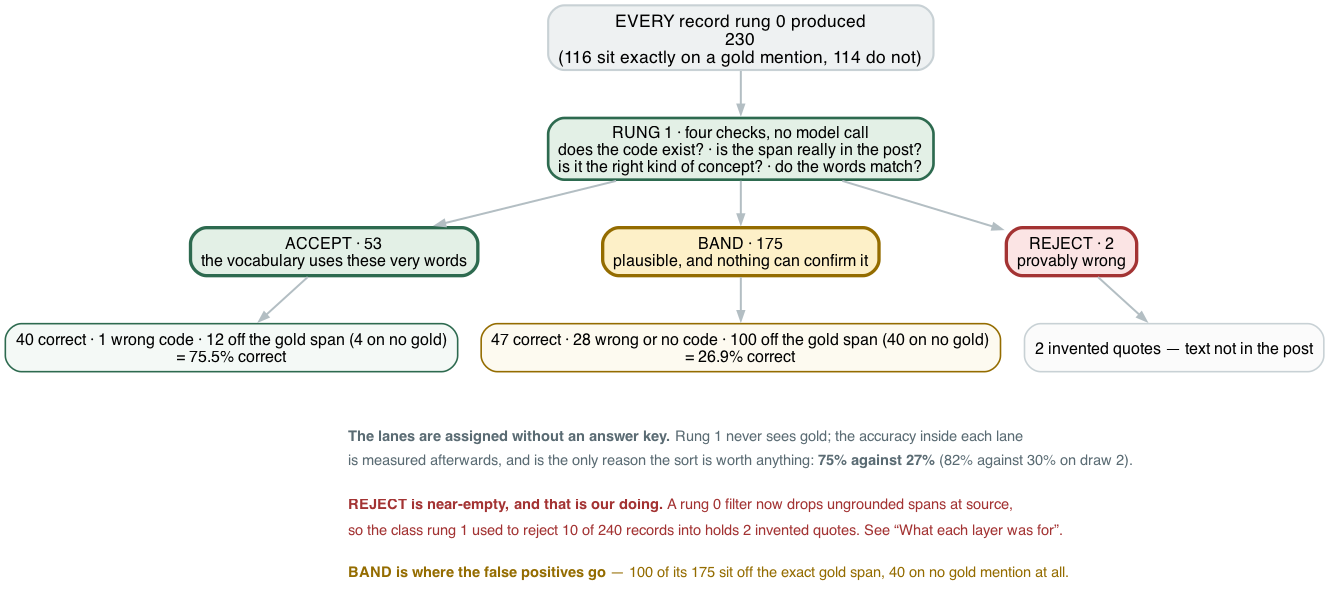
Earlier version of the Graphviz export docs/figures/fig10-rung1.png (wbagais/reliability-ladder). Its source is kept beside it as docs/figures/fig10-rung1.dot.
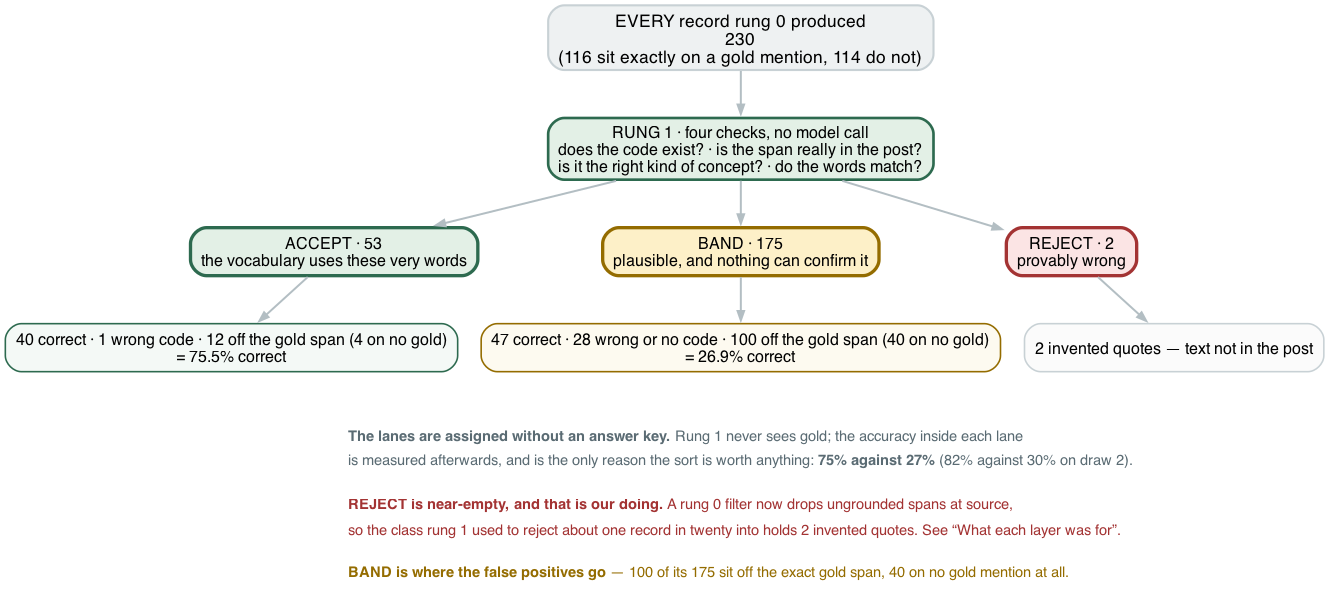
After the commit.

Commit message:
Figures: the last two earlier-run tokens removed from figure sources (rung 1 note, rung 2 FiNER example now a base-run rejection)

Diff of the diagram source:
```diff
@@ -37,7 +37,7 @@
         <TR><TD ALIGN="LEFT"><FONT POINT-SIZE="11" COLOR="#5a6b73">is measured afterwards, and is the only reason the sort is worth anything: <B>75% against 27%</B> (82% against 30% on draw 2).</FONT></TD></TR>
         <TR><TD ALIGN="LEFT"><FONT POINT-SIZE="8"> </FONT></TD></TR>
         <TR><TD ALIGN="LEFT"><FONT POINT-SIZE="11" COLOR="#a33333"><B>REJECT is near-empty, and that is our doing.</B> A rung 0 filter now drops ungrounded spans at source,</FONT></TD></TR>
-        <TR><TD ALIGN="LEFT"><FONT POINT-SIZE="11" COLOR="#a33333">so the class rung 1 used to reject 10 of 240 records into holds 2 invented quotes. See “What each layer was for”.</FONT></TD></TR>
+        <TR><TD ALIGN="LEFT"><FONT POINT-SIZE="11" COLOR="#a33333">so the class rung 1 used to reject about one record in twenty into holds 2 invented quotes. See “What each layer was for”.</FONT></TD></TR>
         <TR><TD ALIGN="LEFT"><FONT POINT-SIZE="8"> </FONT></TD></TR>
         <TR><TD ALIGN="LEFT"><FONT POINT-SIZE="11" COLOR="#946c00"><B>BAND is where the false positives go</B> — 100 of its 175 sit off the exact gold span, 40 on no gold mention at all.</FONT></TD></TR>
         </TABLE>>];
```
